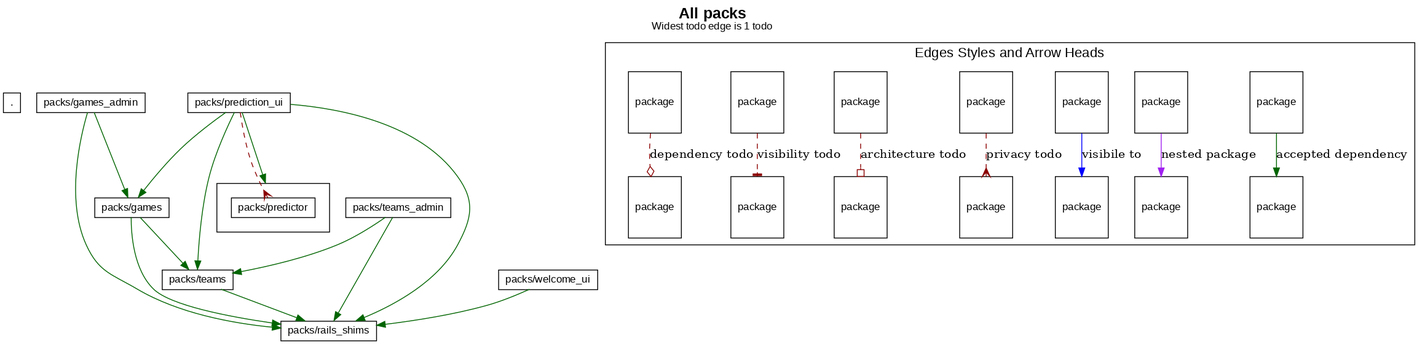
Earlier version of the Graphviz export c4s01/sportsball/c4s01_a_todos.png (shageman/package-based-rails-applications-book). Its source is kept beside it as c4s01/sportsball/c4s01_a_todos.dot. Source of this version:
```dot
digraph package_diagram {
  rankdir=TD
  graph [
    labelloc="t"
    fontname="Helvetica,Arial,sans-serif"
    dpi=100
    layout=dot
    label=<<b>All packs</b><br/><font point-size='12'>Widest todo edge is 1 todo</font>>
    fontsize=18
  ]
  node [
    fontname="Helvetica,Arial,sans-serif"
    fontsize=26.0
    fontcolor=black
    fillcolor=white
    color=black
    height=1.0
    style=filled
    shape=plain
  ]
    subgraph NotInLayer {
      shape=box
      color=darkgrey
      fillcolor=lightblue
      style=filled
        cluster=false
        "." [
            fontsize=12.0
            label= <
                <table border='0' cellborder='1' cellspacing='0' cellpadding='4'>
                  <tr> <td align='left'> . </td> </tr>
                </table>
              >
          ]

        "packs/games" [
            fontsize=12.0
            label= <
                <table border='0' cellborder='1' cellspacing='0' cellpadding='4'>
                  <tr> <td align='left'> packs/games </td> </tr>
                </table>
              >
          ]

        "packs/games_admin" [
            fontsize=12.0
            label= <
                <table border='0' cellborder='1' cellspacing='0' cellpadding='4'>
                  <tr> <td align='left'> packs/games_admin </td> </tr>
                </table>
              >
          ]

        "packs/prediction_ui" [
            fontsize=12.0
            label= <
                <table border='0' cellborder='1' cellspacing='0' cellpadding='4'>
                  <tr> <td align='left'> packs/prediction_ui </td> </tr>
                </table>
              >
          ]

        "packs/predictor" [
            fontsize=12.0
            label= <
                <table border='0' cellborder='1' cellspacing='0' cellpadding='16'><tr><td>
                  <table border='0' cellborder='1' cellspacing='0' cellpadding='4'>
                    <tr> <td port='private'> packs/predictor </td> </tr>
                  </table>
                  </td></tr>
                  </table>
              >
          ]

        "packs/rails_shims" [
            fontsize=12.0
            label= <
                <table border='0' cellborder='1' cellspacing='0' cellpadding='4'>
                  <tr> <td align='left'> packs/rails_shims </td> </tr>
                </table>
              >
          ]

        "packs/teams" [
            fontsize=12.0
            label= <
                <table border='0' cellborder='1' cellspacing='0' cellpadding='4'>
                  <tr> <td align='left'> packs/teams </td> </tr>
                </table>
              >
          ]

        "packs/teams_admin" [
            fontsize=12.0
            label= <
                <table border='0' cellborder='1' cellspacing='0' cellpadding='4'>
                  <tr> <td align='left'> packs/teams_admin </td> </tr>
                </table>
              >
          ]

        "packs/welcome_ui" [
            fontsize=12.0
            label= <
                <table border='0' cellborder='1' cellspacing='0' cellpadding='4'>
                  <tr> <td align='left'> packs/welcome_ui </td> </tr>
                </table>
              >
          ]

    }
          "packs/games" -> "packs/rails_shims" [ color=darkgreen ]
          "packs/games" -> "packs/teams" [ color=darkgreen ]
          "packs/games_admin" -> "packs/games" [ color=darkgreen ]
          "packs/games_admin" -> "packs/rails_shims" [ color=darkgreen ]
          "packs/prediction_ui" -> "packs/games" [ color=darkgreen ]
          "packs/prediction_ui" -> "packs/predictor" [ color=darkgreen ]
          "packs/prediction_ui" -> "packs/rails_shims" [ color=darkgreen ]
          "packs/prediction_ui" -> "packs/teams" [ color=darkgreen ]
          "packs/teams" -> "packs/rails_shims" [ color=darkgreen ]
          "packs/teams_admin" -> "packs/rails_shims" [ color=darkgreen ]
          "packs/teams_admin" -> "packs/teams" [ color=darkgreen ]
          "packs/welcome_ui" -> "packs/rails_shims" [ color=darkgreen ]
            "packs/prediction_ui" -> "packs/predictor":private [
                constraint=false
              # headlabel="privacy"
color=darkred style=dashed arrowhead=crow
              penwidth=1            ]
    subgraph cluster_legend {
      fontsize=16
      label="Edges Styles and Arrow Heads"
      A [ fontsize=12 shape=box label="package"]
      B [ fontsize=12 shape=box label="package"]
      A -> B [label="accepted dependency" color=darkgreen]
      K [ fontsize=12 shape=box label="package"]
      L [ fontsize=12 shape=box label="package"]
      K -> L [label="nested package" color=purple]
      M [ fontsize=12 shape=box label="package"]
      N [ fontsize=12 shape=box label="package"]
      M -> N [label="visibile to" color=blue]
      C [ fontsize=12 shape=box label="package"]
      D [ fontsize=12 shape=box label="package"]
      C -> D [label="privacy todo" color=darkred style=dashed arrowhead=crow]
      E [ fontsize=12 shape=box label="package"]
      F [ fontsize=12 shape=box label="package"]
      E -> F [label="architecture todo" color=darkred style=dashed arrowhead=obox]
      G [ fontsize=12 shape=box label="package"]
      H [ fontsize=12 shape=box label="package"]
      G -> H [label="visibility todo" color=darkred style=dashed arrowhead=tee]
      I [ fontsize=12 shape=box label="package"]
      J [ fontsize=12 shape=box label="package"]
      I -> J [label="dependency todo" color=darkred style=dashed arrowhead=odiamond]
      LEGEND_NODE_1 [ label="" peripheries=0 height=0 width=0 style=invis ]
      LEGEND_NODE_2 [ label="" peripheries=0 height=0 width=0 style=invis ]
      LEGEND_NODE_1 -> LEGEND_NODE_2 [ style=invis ]
    }
  subgraph cluster_teams_legend {
    fontsize=16
    label="Team Colors"


  }
    LEGEND_NODE_2 -> "" [style=invis]
}
```
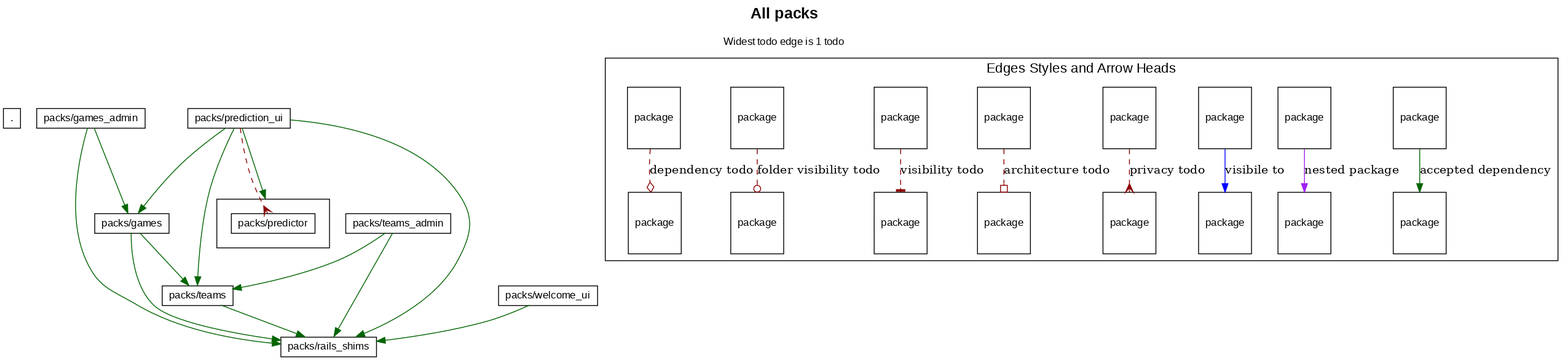
The same file after the commit.

What changed in the source:
```diff
@@ -5,7 +5,7 @@
     fontname="Helvetica,Arial,sans-serif"
     dpi=100
     layout=dot
-    label=<<b>All packs</b><br/><font point-size='12'>Widest todo edge is 1 todo</font>>
+    label=<<b>All packs</b><br/><br/><font point-size='12'>Widest todo edge is 1 todo</font>>
     fontsize=18
   ]
   node [
@@ -132,12 +132,12 @@
       A [ fontsize=12 shape=box label="package"]
       B [ fontsize=12 shape=box label="package"]
       A -> B [label="accepted dependency" color=darkgreen]
-      K [ fontsize=12 shape=box label="package"]
-      L [ fontsize=12 shape=box label="package"]
-      K -> L [label="nested package" color=purple]
       M [ fontsize=12 shape=box label="package"]
       N [ fontsize=12 shape=box label="package"]
-      M -> N [label="visibile to" color=blue]
+      M -> N [label="nested package" color=purple]
+      O [ fontsize=12 shape=box label="package"]
+      P [ fontsize=12 shape=box label="package"]
+      O -> P [label="visibile to" color=blue]
       C [ fontsize=12 shape=box label="package"]
       D [ fontsize=12 shape=box label="package"]
       C -> D [label="privacy todo" color=darkred style=dashed arrowhead=crow]
@@ -149,7 +149,10 @@
       G -> H [label="visibility todo" color=darkred style=dashed arrowhead=tee]
       I [ fontsize=12 shape=box label="package"]
       J [ fontsize=12 shape=box label="package"]
-      I -> J [label="dependency todo" color=darkred style=dashed arrowhead=odiamond]
+      I -> J [label="folder visibility todo" color=darkred style=dashed arrowhead=odot]
+      K [ fontsize=12 shape=box label="package"]
+      L [ fontsize=12 shape=box label="package"]
+      K -> L [label="dependency todo" color=darkred style=dashed arrowhead=odiamond]
       LEGEND_NODE_1 [ label="" peripheries=0 height=0 width=0 style=invis ]
       LEGEND_NODE_2 [ label="" peripheries=0 height=0 width=0 style=invis ]
       LEGEND_NODE_1 -> LEGEND_NODE_2 [ style=invis ]
```
